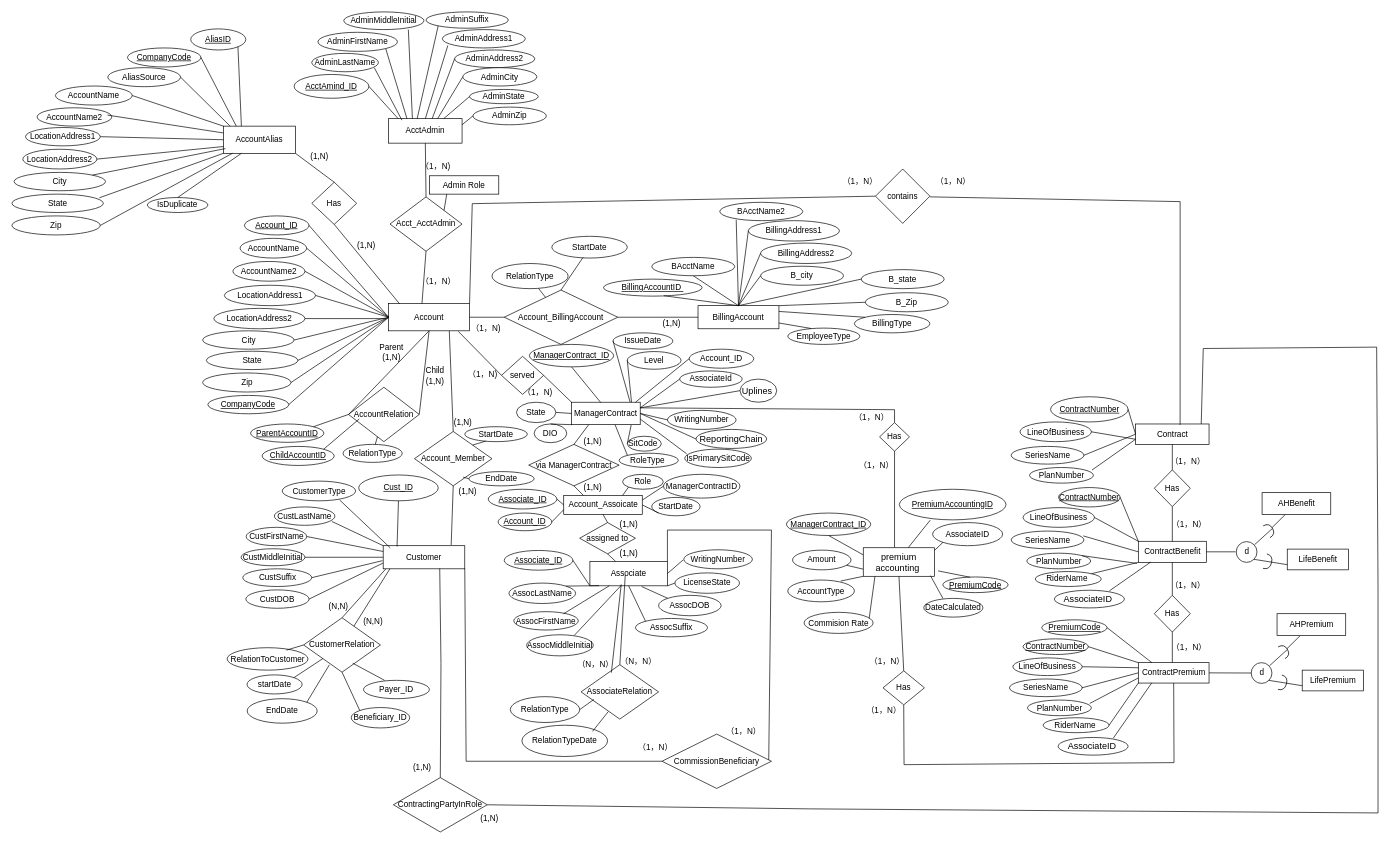
This is page "Page-1" (1 of 2) of dsm-project-p1.drawio from HanquanL/c_practices, a draw.io file, before an edit. Source tidied: cells renumbered, new cells numbered last; positions are measured from the earlier drawing's top-left corner, leaving out a move shared by most shapes. Both pictures are drawn from the tidied source at 68%, with x=0, y=0 at pixel (12, 12).
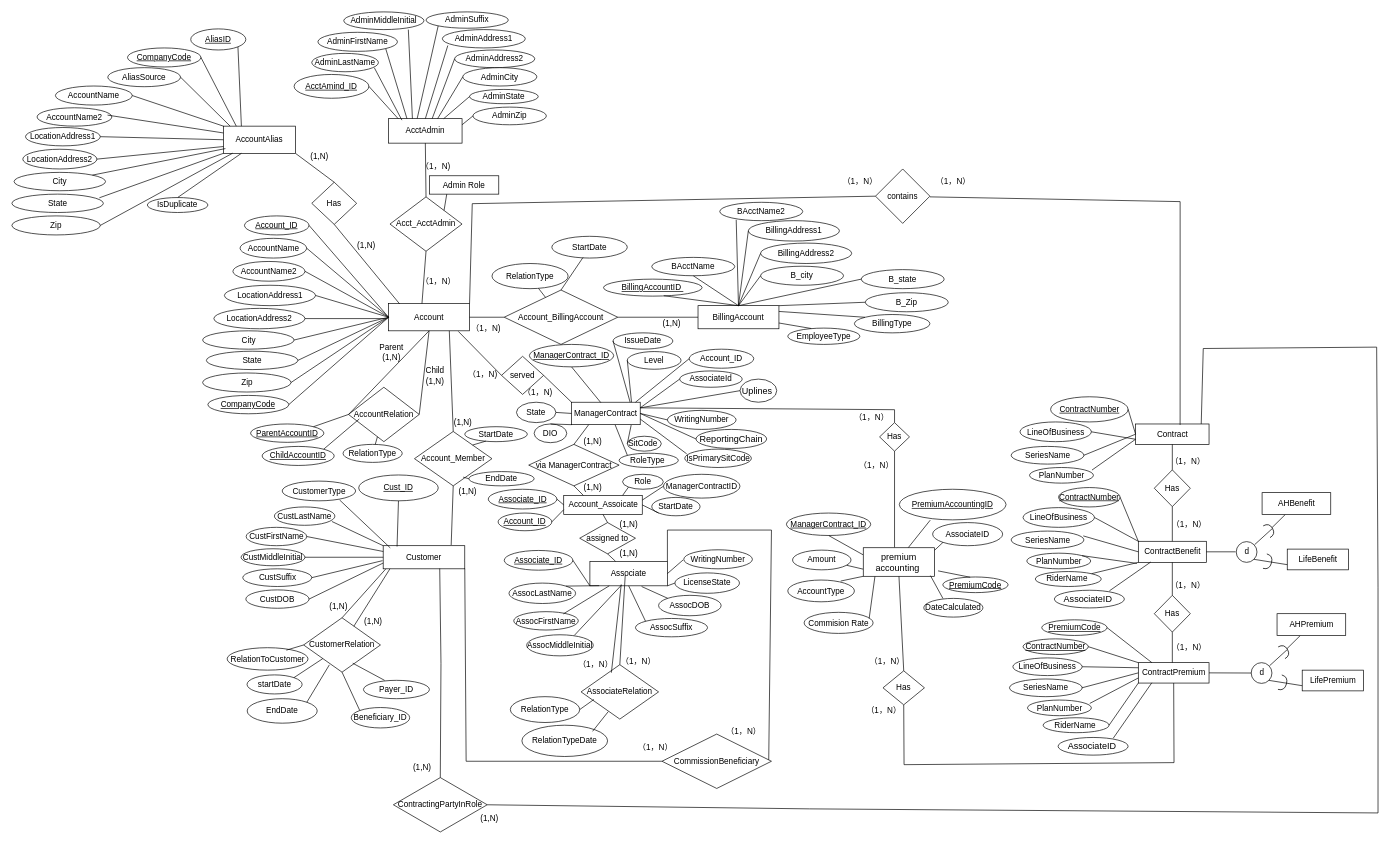
Above is the later version.

Change to the diagram source:
```diff
@@
-    <mxCell id="162" value="（N，N）" style="text;html=1;align=center;verticalAlign=middle;strokeColor=none;fillColor=none;" parent="1" vertex="1">
-      <mxGeometry x="885" y="942" width="71" height="26" as="geometry" />
+    <mxCell id="162" value="（1，N）" style="text;html=1;align=center;verticalAlign=middle;strokeColor=none;fillColor=none;" parent="1" vertex="1">
+      <mxGeometry x="886" y="942" width="69" height="26" as="geometry" />
     </mxCell>
-    <mxCell id="163" value="（N，N）" style="text;html=1;align=center;verticalAlign=middle;strokeColor=none;fillColor=none;" parent="1" vertex="1">
-      <mxGeometry x="822" y="947" width="71" height="26" as="geometry" />
+    <mxCell id="163" value="（1，N）" style="text;html=1;align=center;verticalAlign=middle;strokeColor=none;fillColor=none;" parent="1" vertex="1">
+      <mxGeometry x="823" y="947" width="69" height="26" as="geometry" />
     </mxCell>
@@
-    <mxCell id="234" value="(N,N)" style="text;html=1;align=center;verticalAlign=middle;strokeColor=none;fillColor=none;" parent="1" vertex="1">
-      <mxGeometry x="456" y="861" width="47" height="26" as="geometry" />
+    <mxCell id="234" value="(1,N)" style="text;html=1;align=center;verticalAlign=middle;strokeColor=none;fillColor=none;" parent="1" vertex="1">
+      <mxGeometry x="457" y="861" width="45" height="26" as="geometry" />
     </mxCell>
-    <mxCell id="235" value="(N,N)" style="text;html=1;align=center;verticalAlign=middle;strokeColor=none;fillColor=none;" parent="1" vertex="1">
-      <mxGeometry x="507" y="883" width="47" height="26" as="geometry" />
+    <mxCell id="235" value="(1,N)" style="text;html=1;align=center;verticalAlign=middle;strokeColor=none;fillColor=none;" parent="1" vertex="1">
+      <mxGeometry x="508" y="883" width="45" height="26" as="geometry" />
     </mxCell>
```
